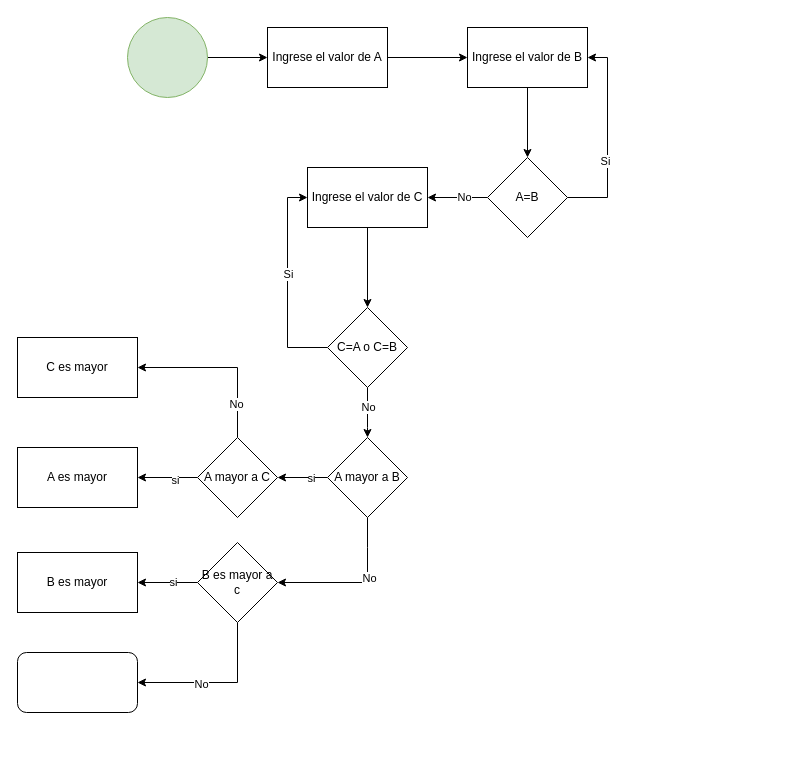
Before: Diagrama sin título.drawio in Limber-Tapia/Programaci-n-2025, a draw.io diagram. Source tidied: cells renumbered, new cells numbered last; positions are measured from the earlier drawing's top-left corner, leaving out a move shared by most shapes. Both pictures are drawn from the tidied source at 100%, with x=0, y=0 at pixel (17, 17).
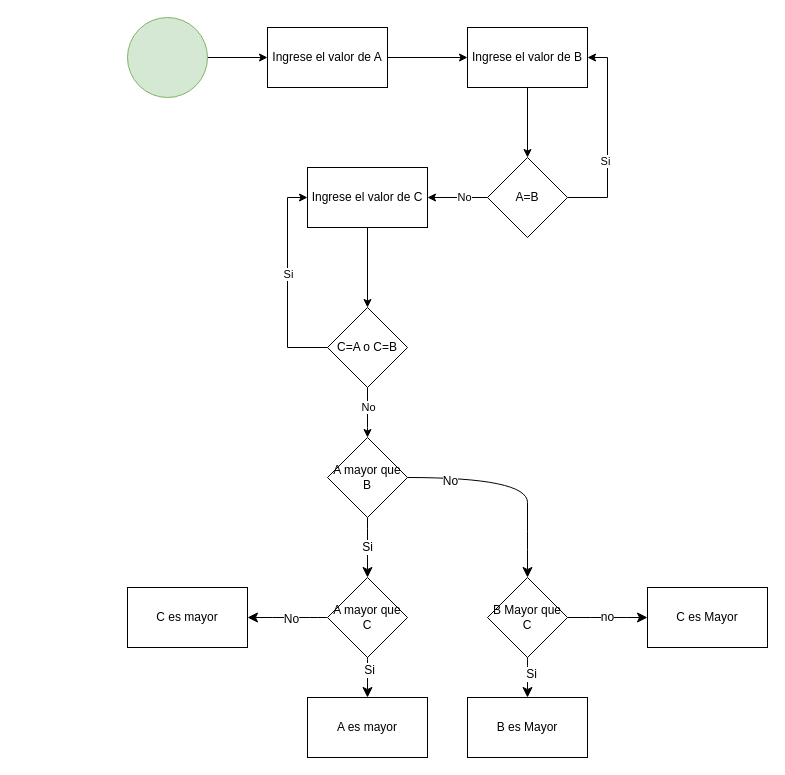
After the change.

Commit message:
Diagrama de flujo practica

Unchanged cells that the change refers to:
```xml
<mxCell id="19" value="C=A o C=B" style="rhombus;whiteSpace=wrap;html=1;" parent="1" vertex="1">
  <mxGeometry x="310" y="290" width="80" height="80" as="geometry" />
</mxCell>
```

The edit, as a diff of the source:
```diff
@@
-    <mxCell id="17" style="edgeStyle=orthogonalEdgeStyle;rounded=0;jettySize=auto;html=1;entryX=0.5;entryY=0;entryDx=0;entryDy=0;" parent="1" edge="1" source="19" target="24">
+    <mxCell id="17" style="edgeStyle=orthogonalEdgeStyle;rounded=0;jettySize=auto;html=1;entryX=0.5;entryY=0;entryDx=0;entryDy=0;" parent="1" edge="1" source="19">
       <mxGeometry relative="1" as="geometry">
+        <mxPoint x="350" y="420" as="targetPoint" />
         <Array as="points">
           <mxPoint x="350" y="410" />
         </Array>
       </mxGeometry>
     </mxCell>
@@
-    <mxCell id="20" style="edgeStyle=orthogonalEdgeStyle;rounded=0;jettySize=auto;html=1;entryX=1;entryY=0.5;entryDx=0;entryDy=0;" parent="1" edge="1" source="24" target="29">
-      <mxGeometry relative="1" as="geometry" />
-    </mxCell>
-    <mxCell id="21" value="si" style="edgeLabel;html=1;align=center;verticalAlign=middle;" parent="20" vertex="1">
-      <mxGeometry x="-0.32" relative="1" as="geometry" />
-    </mxCell>
-    <mxCell id="22" style="edgeStyle=orthogonalEdgeStyle;rounded=0;jettySize=auto;html=1;" parent="1" edge="1" source="24" target="35">
-      <mxGeometry relative="1" as="geometry">
-        <Array as="points">
-          <mxPoint x="350" y="530" />
-          <mxPoint x="350" y="530" />
-        </Array>
-      </mxGeometry>
-    </mxCell>
-    <mxCell id="23" value="No" style="edgeLabel;html=1;align=center;verticalAlign=middle;" parent="22" vertex="1">
-      <mxGeometry x="-0.23" y="1" relative="1" as="geometry" />
-    </mxCell>
-    <mxCell id="24" value="A mayor a B" style="rhombus;whiteSpace=wrap;html=1;" parent="1" vertex="1">
-      <mxGeometry x="310" y="420" width="80" height="80" as="geometry" />
-    </mxCell>
-    <mxCell id="25" style="edgeStyle=orthogonalEdgeStyle;rounded=0;jettySize=auto;html=1;" parent="1" edge="1" source="29" target="30">
-      <mxGeometry relative="1" as="geometry" />
-    </mxCell>
-    <mxCell id="26" value="si" style="edgeLabel;html=1;align=center;verticalAlign=middle;" parent="25" vertex="1">
-      <mxGeometry x="-0.23" y="2" relative="1" as="geometry" />
-    </mxCell>
-    <mxCell id="27" style="edgeStyle=orthogonalEdgeStyle;rounded=0;jettySize=auto;html=1;entryX=1;entryY=0.5;entryDx=0;entryDy=0;" parent="1" edge="1" source="29" target="38">
-      <mxGeometry relative="1" as="geometry">
-        <Array as="points">
-          <mxPoint x="220" y="350" />
-        </Array>
-      </mxGeometry>
-    </mxCell>
-    <mxCell id="28" value="No" style="edgeLabel;html=1;align=center;verticalAlign=middle;" parent="27" vertex="1">
-      <mxGeometry x="-0.6" y="2" relative="1" as="geometry" />
-    </mxCell>
-    <mxCell id="29" value="A mayor a C" style="rhombus;whiteSpace=wrap;html=1;" parent="1" vertex="1">
-      <mxGeometry x="180" y="420" width="80" height="80" as="geometry" />
-    </mxCell>
+    <mxCell id="39" value="Si" style="edgeStyle=none;curved=1;rounded=0;jettySize=auto;html=1;fontSize=12;startSize=8;endSize=8;" parent="1" edge="1" source="40" target="49">
+      <mxGeometry relative="1" as="geometry">
+        <Array as="points">
+          <mxPoint x="350" y="520" />
+        </Array>
+      </mxGeometry>
+    </mxCell>
+    <mxCell id="40" value="A mayor que B" style="rhombus;whiteSpace=wrap;html=1;" parent="1" vertex="1">
+      <mxGeometry x="310" y="420" width="80" height="80" as="geometry" />
+    </mxCell>
+    <mxCell id="41" style="edgeStyle=none;curved=1;rounded=0;jettySize=auto;html=1;fontSize=12;startSize=8;endSize=8;" parent="1" edge="1" source="44" target="52">
+      <mxGeometry relative="1" as="geometry" />
+    </mxCell>
+    <mxCell id="42" value="Si" style="edgeLabel;html=1;align=center;verticalAlign=middle;fontSize=12;" parent="41" vertex="1">
+      <mxGeometry x="-0.2" y="3" relative="1" as="geometry" />
+    </mxCell>
+    <mxCell id="43" value="no" style="edgeStyle=none;curved=1;rounded=0;jettySize=auto;html=1;fontSize=12;startSize=8;endSize=8;" parent="1" edge="1" source="44">
+      <mxGeometry relative="1" as="geometry">
+        <mxPoint x="630" y="600" as="targetPoint" />
+        <Array as="points">
+          <mxPoint x="600" y="600" />
+        </Array>
+      </mxGeometry>
+    </mxCell>
+    <mxCell id="44" value="B Mayor que C" style="rhombus;whiteSpace=wrap;html=1;" parent="1" vertex="1">
+      <mxGeometry x="470" y="560" width="80" height="80" as="geometry" />
+    </mxCell>
+    <mxCell id="45" style="edgeStyle=none;curved=1;rounded=0;jettySize=auto;html=1;fontSize=12;startSize=8;endSize=8;" parent="1" edge="1" source="49" target="30">
+      <mxGeometry relative="1" as="geometry" />
+    </mxCell>
+    <mxCell id="46" value="Si" style="edgeLabel;html=1;align=center;verticalAlign=middle;fontSize=12;" parent="45" vertex="1">
+      <mxGeometry x="-0.4" y="1" relative="1" as="geometry" />
+    </mxCell>
+    <mxCell id="47" style="edgeStyle=none;curved=1;rounded=0;jettySize=auto;html=1;fontSize=12;startSize=8;endSize=8;" parent="1" edge="1" source="49">
+      <mxGeometry relative="1" as="geometry">
+        <mxPoint x="230" y="600" as="targetPoint" />
+      </mxGeometry>
+    </mxCell>
+    <mxCell id="48" value="No" style="edgeLabel;html=1;align=center;verticalAlign=middle;fontSize=12;" parent="47" vertex="1">
+      <mxGeometry x="-0.08" y="1" relative="1" as="geometry" />
+    </mxCell>
+    <mxCell id="49" value="A mayor que C" style="rhombus;whiteSpace=wrap;html=1;" parent="1" vertex="1">
+      <mxGeometry x="310" y="560" width="80" height="80" as="geometry" />
+    </mxCell>
-    <mxCell id="30" value="A es mayor" style="whiteSpace=wrap;html=1;" parent="1" vertex="1">
-      <mxGeometry y="430" width="120" height="60" as="geometry" />
+    <mxCell id="30" value="A es mayor" style="rounded=0;whiteSpace=wrap;html=1;" parent="1" vertex="1">
+      <mxGeometry x="290" y="680" width="120" height="60" as="geometry" />
     </mxCell>
-    <mxCell id="31" style="edgeStyle=orthogonalEdgeStyle;rounded=0;jettySize=auto;html=1;" parent="1" edge="1" source="35" target="36">
-      <mxGeometry relative="1" as="geometry" />
-    </mxCell>
-    <mxCell id="32" value="si" style="edgeLabel;html=1;align=center;verticalAlign=middle;" parent="31" vertex="1">
-      <mxGeometry x="-0.17" y="-1" relative="1" as="geometry" />
-    </mxCell>
-    <mxCell id="33" style="edgeStyle=orthogonalEdgeStyle;rounded=0;jettySize=auto;html=1;entryX=1;entryY=0.5;entryDx=0;entryDy=0;" parent="1" edge="1" source="35" target="37">
-      <mxGeometry relative="1" as="geometry">
-        <Array as="points">
-          <mxPoint x="220" y="665" />
-        </Array>
-      </mxGeometry>
-    </mxCell>
-    <mxCell id="34" value="No" style="edgeLabel;html=1;align=center;verticalAlign=middle;" parent="33" vertex="1">
-      <mxGeometry x="0.21" y="1" relative="1" as="geometry" />
-    </mxCell>
-    <mxCell id="35" value="B es mayor a c" style="rhombus;whiteSpace=wrap;html=1;" parent="1" vertex="1">
-      <mxGeometry x="180" y="525" width="80" height="80" as="geometry" />
-    </mxCell>
-    <mxCell id="36" value="B es mayor" style="whiteSpace=wrap;html=1;" parent="1" vertex="1">
-      <mxGeometry y="535" width="120" height="60" as="geometry" />
-    </mxCell>
-    <mxCell id="37" style="rounded=1;whiteSpace=wrap;html=1;" parent="1" vertex="1">
-      <mxGeometry y="635" width="120" height="60" as="geometry" />
-    </mxCell>
+    <mxCell id="50" style="edgeStyle=none;jettySize=auto;html=1;rounded=0;fontSize=12;startSize=8;endSize=8;curved=1;exitX=1;exitY=0.5;exitDx=0;exitDy=0;entryX=0.5;entryY=0;entryDx=0;entryDy=0;" parent="1" edge="1" source="40" target="44">
+      <mxGeometry relative="1" as="geometry">
+        <Array as="points">
+          <mxPoint x="510" y="460" />
+          <mxPoint x="510" y="510" />
+        </Array>
+      </mxGeometry>
+    </mxCell>
+    <mxCell id="51" value="No" style="edgeLabel;html=1;align=center;verticalAlign=middle;fontSize=12;" parent="50" vertex="1">
+      <mxGeometry x="-0.62" y="-3" relative="1" as="geometry" />
+    </mxCell>
+    <mxCell id="52" value="B es Mayor" style="whiteSpace=wrap;html=1;" parent="1" vertex="1">
+      <mxGeometry x="450" y="680" width="120" height="60" as="geometry" />
+    </mxCell>
+    <mxCell id="53" value="C es Mayor" style="whiteSpace=wrap;html=1;" parent="1" vertex="1">
+      <mxGeometry x="630" y="570" width="120" height="60" as="geometry" />
+    </mxCell>
     <mxCell id="38" value="C es mayor" style="rounded=0;whiteSpace=wrap;html=1;" parent="1" vertex="1">
-      <mxGeometry y="320" width="120" height="60" as="geometry" />
+      <mxGeometry x="110" y="570" width="120" height="60" as="geometry" />
     </mxCell>
```
